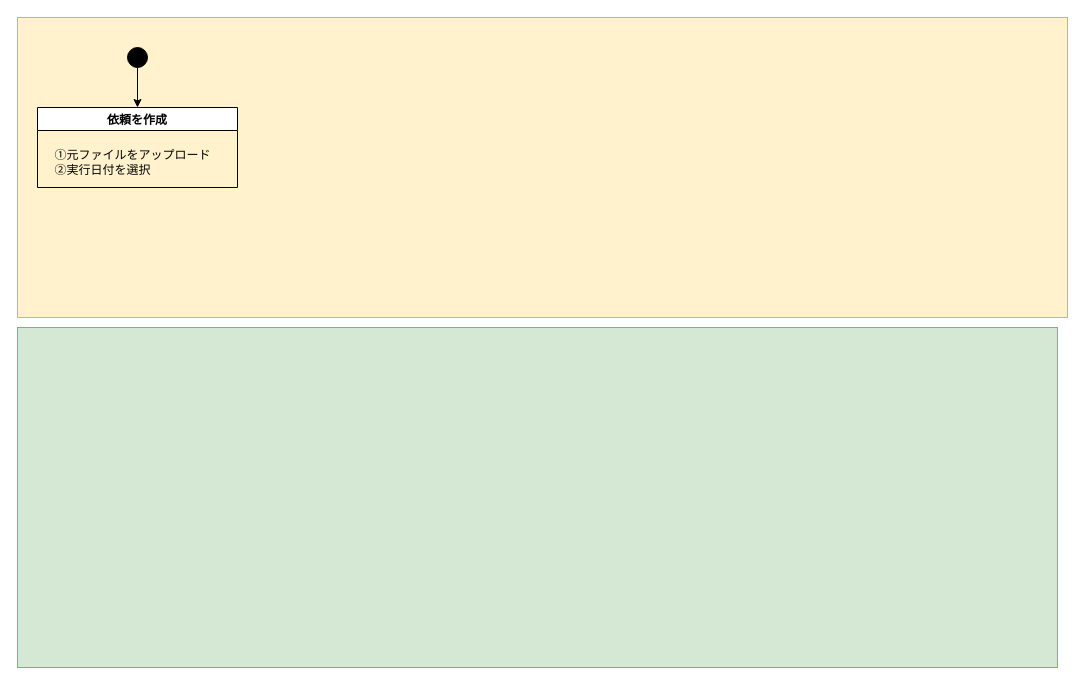
Earlier version of the draw.io diagram 依頼管理にRPA導入.drawio (thanhnt0804/hello). Source tidied: cells renumbered, new cells numbered last; positions are measured from the earlier drawing's top-left corner, leaving out a move shared by most shapes. Both pictures are drawn from the tidied source at 100%, with x=0, y=0 at pixel (17, 17).
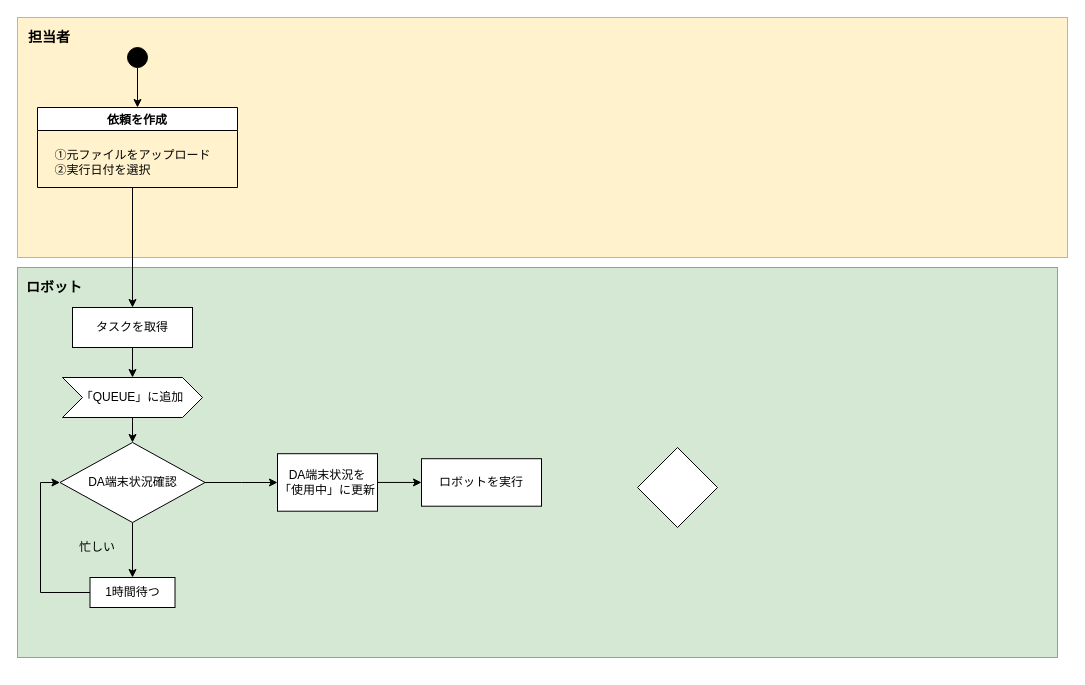
After the change.

Commit message (it also covers changes not shown here):
Update 依頼管理にRPA導入.drawio

The change refers to these unchanged cells:
```xml
<mxCell id="3" value="依頼を作成" style="swimlane;" parent="1" vertex="1">
  <mxGeometry x="20" y="90" width="200" height="80" as="geometry" />
</mxCell>
```

Diff of the diagram source:
```diff
@@
     <mxCell id="2" style="rounded=0;whiteSpace=wrap;html=1;strokeColor=#d6b656;fillColor=#fff2cc;" parent="1" vertex="1">
-      <mxGeometry width="1050" height="300" as="geometry" />
+      <mxGeometry width="1050" height="240" as="geometry" />
     </mxCell>
@@
     <mxCell id="7" style="rounded=0;whiteSpace=wrap;html=1;strokeColor=#82b366;fillColor=#d5e8d4;" parent="1" vertex="1">
-      <mxGeometry y="310" width="1040" height="340" as="geometry" />
+      <mxGeometry y="250" width="1040" height="390" as="geometry" />
     </mxCell>
+    <mxCell id="8" style="edgeStyle=orthogonalEdgeStyle;rounded=0;jettySize=auto;html=1;" parent="1" edge="1" source="9" target="11">
+      <mxGeometry relative="1" as="geometry" />
+    </mxCell>
+    <mxCell id="9" value="タスクを取得" style="rounded=0;whiteSpace=wrap;html=1;" parent="1" vertex="1">
+      <mxGeometry x="55" y="290" width="120" height="40" as="geometry" />
+    </mxCell>
+    <mxCell id="10" style="edgeStyle=orthogonalEdgeStyle;rounded=0;jettySize=auto;html=1;" parent="1" edge="1" source="11" target="15">
+      <mxGeometry relative="1" as="geometry" />
+    </mxCell>
+    <mxCell id="11" value="「QUEUE」に追加" style="shape=step;perimeter=stepPerimeter;whiteSpace=wrap;html=1;fixedSize=1;" parent="1" vertex="1">
+      <mxGeometry x="45" y="360" width="140" height="40" as="geometry" />
+    </mxCell>
+    <mxCell id="12" style="edgeStyle=orthogonalEdgeStyle;rounded=0;jettySize=auto;html=1;exitX=0.5;exitY=1;exitDx=0;exitDy=0;" parent="1" edge="1" source="3" target="9">
+      <mxGeometry relative="1" as="geometry">
+        <Array as="points">
+          <mxPoint x="115" y="170" />
+        </Array>
+      </mxGeometry>
+    </mxCell>
+    <mxCell id="13" style="edgeStyle=orthogonalEdgeStyle;rounded=0;jettySize=auto;html=1;entryX=0.5;entryY=0;entryDx=0;entryDy=0;" parent="1" edge="1" source="15" target="17">
+      <mxGeometry relative="1" as="geometry" />
+    </mxCell>
+    <mxCell id="14" style="edgeStyle=orthogonalEdgeStyle;rounded=0;jettySize=auto;html=1;" parent="1" edge="1" source="15" target="20">
+      <mxGeometry relative="1" as="geometry" />
+    </mxCell>
+    <mxCell id="15" value="DA端末状況確認" style="rhombus;whiteSpace=wrap;html=1;" parent="1" vertex="1">
+      <mxGeometry x="42.5" y="425" width="145" height="80" as="geometry" />
+    </mxCell>
+    <mxCell id="16" style="edgeStyle=orthogonalEdgeStyle;rounded=0;jettySize=auto;html=1;entryX=0;entryY=0.5;entryDx=0;entryDy=0;" parent="1" edge="1" source="17" target="15">
+      <mxGeometry relative="1" as="geometry">
+        <Array as="points">
+          <mxPoint x="23" y="575" />
+          <mxPoint x="23" y="465" />
+        </Array>
+      </mxGeometry>
+    </mxCell>
+    <mxCell id="17" value="1時間待つ" style="rounded=0;whiteSpace=wrap;html=1;" parent="1" vertex="1">
+      <mxGeometry x="72.5" y="560" width="85" height="30" as="geometry" />
+    </mxCell>
+    <mxCell id="18" value="忙しい" style="text;html=1;strokeColor=none;fillColor=none;align=center;verticalAlign=middle;whiteSpace=wrap;rounded=0;" parent="1" vertex="1">
+      <mxGeometry x="60" y="520" width="40" height="20" as="geometry" />
+    </mxCell>
+    <mxCell id="19" style="edgeStyle=orthogonalEdgeStyle;rounded=0;jettySize=auto;html=1;" parent="1" edge="1" source="20" target="21">
+      <mxGeometry relative="1" as="geometry" />
+    </mxCell>
+    <mxCell id="20" value="DA端末状況を「使用中」に更新" style="rounded=0;whiteSpace=wrap;html=1;" parent="1" vertex="1">
+      <mxGeometry x="260" y="436.2" width="100" height="57.5" as="geometry" />
+    </mxCell>
+    <mxCell id="21" value="ロボットを実行" style="rounded=0;whiteSpace=wrap;html=1;" parent="1" vertex="1">
+      <mxGeometry x="404" y="441.2" width="120" height="47.5" as="geometry" />
+    </mxCell>
+    <mxCell id="22" style="rhombus;whiteSpace=wrap;html=1;" parent="1" vertex="1">
+      <mxGeometry x="620" y="430" width="80" height="80" as="geometry" />
+    </mxCell>
+    <mxCell id="23" value="&lt;font style=&quot;font-size: 14px&quot;&gt;&lt;b&gt;担当者&lt;/b&gt;&lt;/font&gt;" style="text;html=1;strokeColor=none;fillColor=none;align=center;verticalAlign=middle;whiteSpace=wrap;rounded=0;" parent="1" vertex="1">
+      <mxGeometry x="2.5" y="10" width="57.5" height="20" as="geometry" />
+    </mxCell>
+    <mxCell id="24" value="&lt;font style=&quot;font-size: 14px&quot;&gt;&lt;b&gt;ロボット&lt;/b&gt;&lt;/font&gt;" style="text;html=1;strokeColor=none;fillColor=none;align=center;verticalAlign=middle;whiteSpace=wrap;rounded=0;" parent="1" vertex="1">
+      <mxGeometry x="2.5" y="260" width="67.5" height="20" as="geometry" />
+    </mxCell>
```
